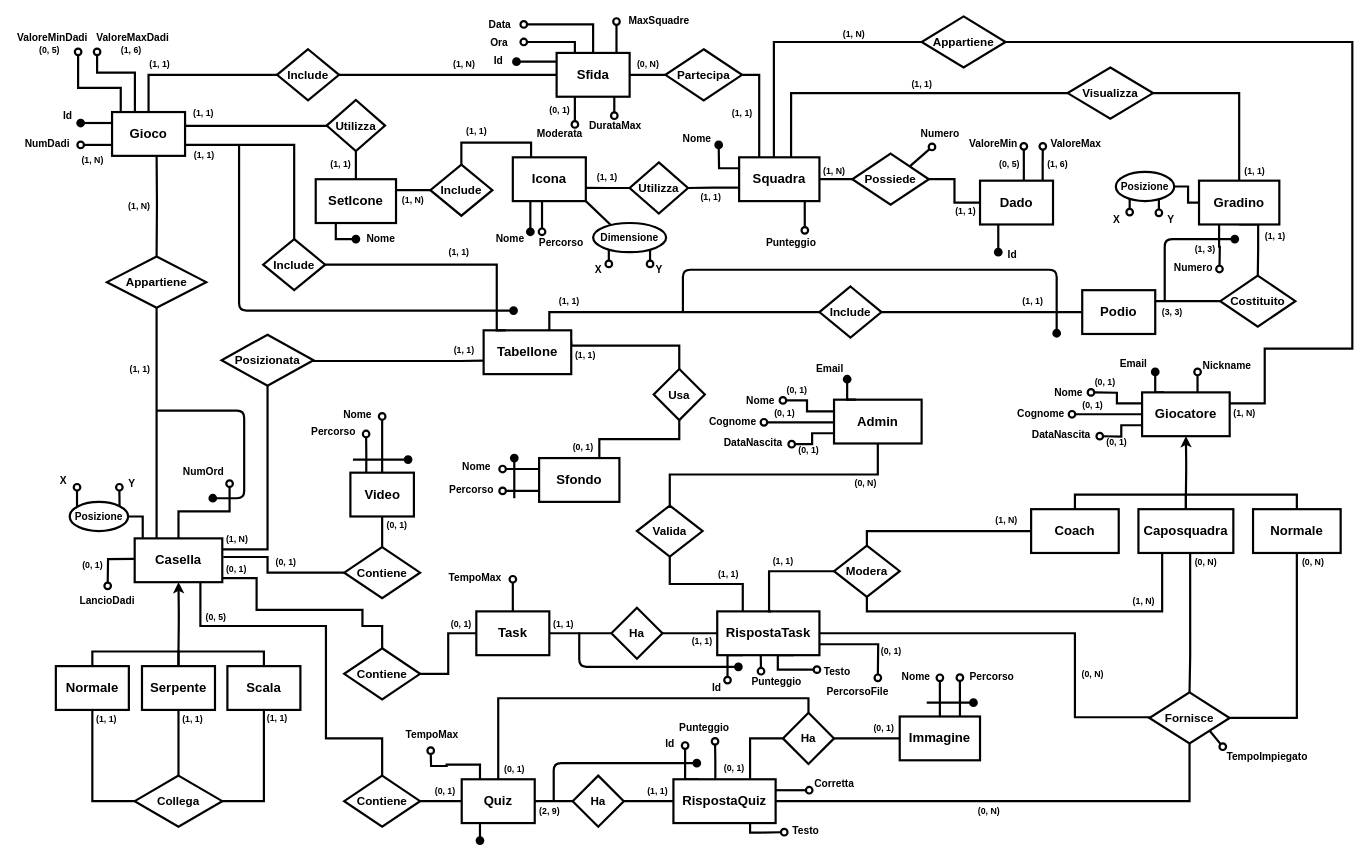
Above: Progetto concettuale/Schema ER.drawio in lorenzobilli/BD-project (draw.io), before the change. Source tidied: cells renumbered, new cells numbered last; positions are measured from the earlier drawing's top-left corner, leaving out a move shared by most shapes. Both pictures are drawn from the tidied source at 73%, with x=0, y=0 at pixel (12, 12).
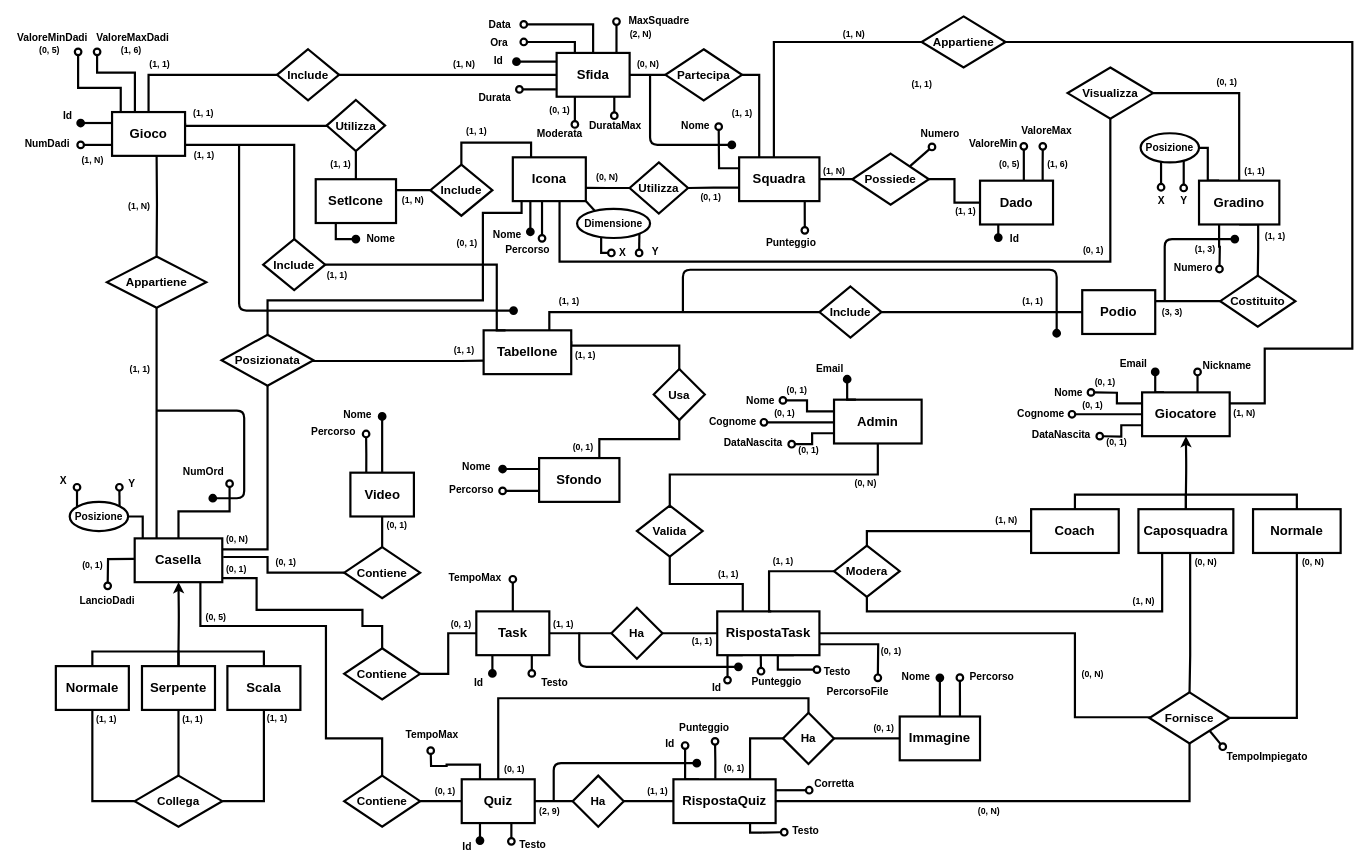
The same diagram, later.

The change refers to these unchanged cells:
```xml
<mxCell id="24" value="Squadra" style="rounded=0;whiteSpace=wrap;html=1;strokeWidth=3;fontSize=18;shadow=0;fontStyle=1;" parent="1" vertex="1">
  <mxGeometry x="995" y="198" width="110" height="60" as="geometry" />
</mxCell>
<mxCell id="42" value="Video" style="rounded=0;whiteSpace=wrap;html=1;strokeWidth=3;fontSize=18;shadow=0;fontStyle=1;" parent="1" vertex="1">
  <mxGeometry x="462.5" y="630" width="87" height="60" as="geometry" />
</mxCell>
<mxCell id="63" value="Dado" style="rounded=0;whiteSpace=wrap;html=1;strokeWidth=3;fontSize=18;shadow=0;fontStyle=1;" parent="1" vertex="1">
  <mxGeometry x="1325" y="230" width="100" height="60" as="geometry" />
</mxCell>
<mxCell id="75" value="Icona" style="rounded=0;whiteSpace=wrap;html=1;strokeWidth=3;fontSize=18;shadow=0;fontStyle=1;" parent="1" vertex="1">
  <mxGeometry x="685" y="198" width="100" height="60" as="geometry" />
</mxCell>
<mxCell id="87" value="Posizionata" style="rhombus;whiteSpace=wrap;html=1;strokeWidth=3;fontSize=16;shadow=0;fontStyle=1;" parent="1" vertex="1">
  <mxGeometry x="286" y="441" width="126" height="70" as="geometry" />
</mxCell>
<mxCell id="90" value="Sfondo" style="rounded=0;whiteSpace=wrap;html=1;strokeWidth=3;fontSize=18;shadow=0;fontStyle=1;" parent="1" vertex="1">
  <mxGeometry x="721" y="610" width="110" height="60" as="geometry" />
</mxCell>
<mxCell id="98" value="Visualizza" style="rhombus;whiteSpace=wrap;html=1;strokeWidth=3;fontSize=16;shadow=0;fontStyle=1;" parent="1" vertex="1">
  <mxGeometry x="1445" y="75" width="117" height="70" as="geometry" />
</mxCell>
<mxCell id="102" value="Gradino" style="rounded=0;whiteSpace=wrap;html=1;strokeWidth=3;fontSize=18;shadow=0;fontStyle=1;" parent="1" vertex="1">
  <mxGeometry x="1625" y="230" width="110" height="60" as="geometry" />
</mxCell>
<mxCell id="132" value="Immagine" style="rounded=0;whiteSpace=wrap;html=1;strokeWidth=3;fontSize=18;shadow=0;fontStyle=1;" parent="1" vertex="1">
  <mxGeometry x="1215" y="964" width="110" height="60" as="geometry" />
</mxCell>
<mxCell id="255" value="&lt;font style=&quot;font-size: 12px&quot;&gt;&lt;b&gt;(0, N)&lt;/b&gt;&lt;/font&gt;" style="text;html=1;align=center;verticalAlign=middle;points=[];strokeColor=none;fillColor=none;fontSize=14;" parent="1" vertex="1">
  <mxGeometry x="850" y="59" width="40" height="22" as="geometry" />
</mxCell>
```

Change to the diagram source:
```diff
@@
-    <mxCell id="23" style="edgeStyle=orthogonalEdgeStyle;rounded=0;jettySize=auto;html=1;exitX=0;exitY=0.25;exitDx=0;exitDy=0;startArrow=none;startFill=0;endArrow=oval;endFill=1;strokeWidth=3;endSize=9;" parent="1" edge="1" source="24">
+    <mxCell id="23" style="edgeStyle=orthogonalEdgeStyle;rounded=0;jettySize=auto;html=1;exitX=0;exitY=0.25;exitDx=0;exitDy=0;startArrow=none;startFill=0;endArrow=oval;endFill=0;strokeWidth=3;endSize=9;" parent="1" edge="1" source="24">
       <mxGeometry relative="1" as="geometry">
-        <mxPoint x="967" y="181" as="targetPoint" />
+        <mxPoint x="967" y="156" as="targetPoint" />
       </mxGeometry>
     </mxCell>
@@
-    <mxCell id="41" style="edgeStyle=orthogonalEdgeStyle;rounded=0;jettySize=auto;html=1;exitX=0.5;exitY=0;exitDx=0;exitDy=0;fontSize=14;startArrow=none;startFill=0;endArrow=oval;endFill=0;startSize=9;endSize=9;strokeWidth=3;" parent="1" edge="1" source="42">
+    <mxCell id="41" style="edgeStyle=orthogonalEdgeStyle;rounded=0;jettySize=auto;html=1;exitX=0.5;exitY=0;exitDx=0;exitDy=0;fontSize=14;startArrow=none;startFill=0;endArrow=oval;endFill=1;startSize=9;endSize=9;strokeWidth=3;" parent="1" edge="1" source="42">
       <mxGeometry relative="1" as="geometry">
         <mxPoint x="506" y="553" as="targetPoint" />
       </mxGeometry>
     </mxCell>
@@
     <mxCell id="62" style="edgeStyle=none;rounded=0;jettySize=auto;html=1;exitX=0.25;exitY=1;exitDx=0;exitDy=0;fontSize=14;startArrow=none;startFill=0;endArrow=oval;endFill=1;startSize=9;endSize=9;strokeWidth=3;" parent="1" edge="1" source="63">
       <mxGeometry relative="1" as="geometry">
-        <mxPoint x="1350" y="328" as="targetPoint" />
+        <mxPoint x="1350" y="308" as="targetPoint" />
       </mxGeometry>
     </mxCell>
@@
     <mxCell id="74" style="edgeStyle=elbowEdgeStyle;rounded=0;orthogonalLoop=1;jettySize=auto;elbow=vertical;html=1;fontSize=16;startArrow=none;startFill=0;endArrow=oval;endFill=0;strokeWidth=3;shadow=0;endSize=9;fontStyle=1;" parent="1" edge="1">
       <mxGeometry relative="1" as="geometry">
         <mxPoint x="725" y="257" as="sourcePoint" />
-        <mxPoint x="725" y="300" as="targetPoint" />
+        <mxPoint x="725" y="309" as="targetPoint" />
         <Array as="points">
           <mxPoint x="725" y="266" />
         </Array>
       </mxGeometry>
     </mxCell>
@@
+    <mxCell id="302" style="edgeStyle=orthogonalEdgeStyle;rounded=0;jettySize=auto;html=1;exitX=0.5;exitY=0;exitDx=0;exitDy=0;entryX=0.12;entryY=0.983;entryDx=0;entryDy=0;strokeWidth=3;endArrow=none;endFill=0;entryPerimeter=0;" parent="1" edge="1" source="87" target="75">
+      <mxGeometry relative="1" as="geometry">
+        <Array as="points">
+          <mxPoint x="349" y="394" />
+          <mxPoint x="644" y="394" />
+          <mxPoint x="644" y="274" />
+          <mxPoint x="697" y="274" />
+        </Array>
+      </mxGeometry>
+    </mxCell>
@@
-    <mxCell id="88" style="edgeStyle=orthogonalEdgeStyle;rounded=0;jettySize=auto;html=1;exitX=0;exitY=0.25;exitDx=0;exitDy=0;fontSize=10;endArrow=oval;endFill=0;strokeWidth=3;shadow=0;jumpSize=6;endSize=9;fontStyle=1;" parent="1" edge="1" source="90">
+    <mxCell id="88" style="edgeStyle=orthogonalEdgeStyle;rounded=0;jettySize=auto;html=1;exitX=0;exitY=0.25;exitDx=0;exitDy=0;fontSize=10;endArrow=oval;endFill=1;strokeWidth=3;shadow=0;jumpSize=6;endSize=9;fontStyle=1;" parent="1" edge="1" source="90">
       <mxGeometry relative="1" as="geometry">
         <mxPoint x="671" y="625" as="targetPoint" />
       </mxGeometry>
     </mxCell>
@@
-    <mxCell id="97" style="edgeStyle=orthogonalEdgeStyle;rounded=0;jettySize=auto;html=1;exitX=0;exitY=0.5;exitDx=0;exitDy=0;entryX=0.647;entryY=0.004;entryDx=0;entryDy=0;entryPerimeter=0;startArrow=none;startFill=0;endArrow=none;endFill=0;fillColor=none;strokeWidth=3;shadow=0;fontStyle=1;" parent="1" edge="1" source="98" target="24">
-      <mxGeometry relative="1" as="geometry" />
-    </mxCell>
+    <mxCell id="303" style="edgeStyle=orthogonalEdgeStyle;rounded=0;jettySize=auto;html=1;exitX=0.5;exitY=1;exitDx=0;exitDy=0;entryX=0.64;entryY=1;entryDx=0;entryDy=0;entryPerimeter=0;endArrow=none;endFill=0;strokeWidth=3;" parent="1" edge="1" source="98" target="75">
+      <mxGeometry relative="1" as="geometry">
+        <Array as="points">
+          <mxPoint x="1504" y="341" />
+          <mxPoint x="749" y="341" />
+        </Array>
+      </mxGeometry>
+    </mxCell>
@@
-    <mxCell id="100" style="edgeStyle=orthogonalEdgeStyle;rounded=0;jettySize=auto;html=1;exitX=0;exitY=0.5;exitDx=0;exitDy=0;entryX=1;entryY=0.5;entryDx=0;entryDy=0;fontSize=10;endArrow=none;endFill=0;strokeWidth=3;shadow=0;fontStyle=1;" parent="1" edge="1" source="102" target="160">
+    <mxCell id="100" style="edgeStyle=orthogonalEdgeStyle;rounded=0;jettySize=auto;html=1;exitX=0.25;exitY=0;exitDx=0;exitDy=0;entryX=1;entryY=0.5;entryDx=0;entryDy=0;fontSize=10;endArrow=none;endFill=0;strokeWidth=3;shadow=0;fontStyle=1;" parent="1" edge="1" source="102" target="160">
       <mxGeometry relative="1" as="geometry">
         <Array as="points">
-          <mxPoint x="1610" y="260" />
-          <mxPoint x="1610" y="238" />
+          <mxPoint x="1637" y="230" />
+          <mxPoint x="1637" y="185" />
         </Array>
       </mxGeometry>
     </mxCell>
@@
-    <mxCell id="130" style="edgeStyle=orthogonalEdgeStyle;rounded=0;jettySize=auto;html=1;exitX=0.5;exitY=0;exitDx=0;exitDy=0;fontSize=14;startArrow=none;startFill=0;endArrow=oval;endFill=0;startSize=9;endSize=9;strokeWidth=3;" parent="1" edge="1" source="132">
+    <mxCell id="130" style="edgeStyle=orthogonalEdgeStyle;rounded=0;jettySize=auto;html=1;exitX=0.5;exitY=0;exitDx=0;exitDy=0;fontSize=14;startArrow=none;startFill=0;endArrow=oval;endFill=1;startSize=9;endSize=9;strokeWidth=3;" parent="1" edge="1" source="132">
       <mxGeometry relative="1" as="geometry">
         <mxPoint x="1270" y="911" as="targetPoint" />
       </mxGeometry>
     </mxCell>
@@
-    <mxCell id="135" style="edgeStyle=orthogonalEdgeStyle;rounded=0;jettySize=auto;html=1;exitX=0;exitY=1;exitDx=0;exitDy=0;fontSize=8;endArrow=oval;endFill=0;strokeWidth=3;shadow=0;endSize=9;fontStyle=1;entryX=1.225;entryY=0.143;entryDx=0;entryDy=0;entryPerimeter=0;" parent="1" edge="1" source="137" target="138">
-      <mxGeometry relative="1" as="geometry" />
+    <mxCell id="135" style="edgeStyle=orthogonalEdgeStyle;rounded=0;jettySize=auto;html=1;exitX=0;exitY=1;exitDx=0;exitDy=0;fontSize=8;endArrow=oval;endFill=0;strokeWidth=3;shadow=0;endSize=9;fontStyle=1;" parent="1" edge="1" source="137">
+      <mxGeometry relative="1" as="geometry">
+        <mxPoint x="820" y="329" as="targetPoint" />
+        <Array as="points">
+          <mxPoint x="806" y="303" />
+          <mxPoint x="806" y="329" />
+        </Array>
+      </mxGeometry>
     </mxCell>
     <mxCell id="136" style="edgeStyle=orthogonalEdgeStyle;rounded=0;jettySize=auto;html=1;exitX=1;exitY=1;exitDx=0;exitDy=0;fontSize=10;endArrow=oval;endFill=0;strokeWidth=3;shadow=0;endSize=9;fontStyle=1;" parent="1" edge="1" source="137">
       <mxGeometry relative="1" as="geometry">
-        <mxPoint x="873" y="344" as="targetPoint" />
+        <mxPoint x="858" y="329" as="targetPoint" />
       </mxGeometry>
     </mxCell>
     <mxCell id="137" value="Dimensione" style="ellipse;whiteSpace=wrap;html=1;fontSize=14;strokeWidth=3;shadow=0;fontStyle=1;" parent="1" vertex="1">
-      <mxGeometry x="795" y="288" width="100" height="40" as="geometry" />
+      <mxGeometry x="773" y="268.5" width="100" height="40" as="geometry" />
     </mxCell>
     <mxCell id="138" value="X" style="text;html=1;align=center;verticalAlign=middle;points=[];strokeColor=none;fontSize=14;strokeWidth=3;shadow=0;fontStyle=1;" parent="1" vertex="1">
-      <mxGeometry x="792" y="341" width="20" height="21" as="geometry" />
+      <mxGeometry x="825" y="317" width="20" height="21" as="geometry" />
     </mxCell>
     <mxCell id="139" value="Y" style="text;html=1;align=center;verticalAlign=middle;strokeColor=none;fontSize=14;strokeWidth=3;shadow=0;fontStyle=1;" parent="1" vertex="1">
-      <mxGeometry x="875" y="341" width="20" height="21" as="geometry" />
+      <mxGeometry x="870" y="316.5" width="20" height="21" as="geometry" />
     </mxCell>
@@
     <mxCell id="152" value="ValoreMax" style="text;html=1;align=center;verticalAlign=middle;strokeColor=none;fontSize=14;strokeWidth=3;shadow=0;fontStyle=1;" parent="1" vertex="1">
-      <mxGeometry x="1416" y="168.5" width="80" height="21" as="geometry" />
+      <mxGeometry x="1376" y="151" width="80" height="21" as="geometry" />
     </mxCell>
@@
-    <mxCell id="158" style="edgeStyle=orthogonalEdgeStyle;rounded=0;jettySize=auto;html=1;exitX=0;exitY=1;exitDx=0;exitDy=0;fontSize=8;endArrow=oval;endFill=0;strokeWidth=3;shadow=0;endSize=9;fontStyle=1;" parent="1" edge="1" source="160">
+    <mxCell id="158" style="edgeStyle=orthogonalEdgeStyle;rounded=0;jettySize=auto;html=1;exitX=0.325;exitY=0.963;exitDx=0;exitDy=0;fontSize=8;endArrow=oval;endFill=0;strokeWidth=3;shadow=0;endSize=9;fontStyle=1;exitPerimeter=0;" parent="1" edge="1" source="160">
       <mxGeometry relative="1" as="geometry">
-        <mxPoint x="1530" y="273" as="targetPoint" />
+        <mxPoint x="1573" y="239" as="targetPoint" />
       </mxGeometry>
     </mxCell>
     <mxCell id="159" style="edgeStyle=orthogonalEdgeStyle;rounded=0;jettySize=auto;html=1;exitX=0.738;exitY=0.946;exitDx=0;exitDy=0;fontSize=14;startArrow=none;startFill=0;endArrow=oval;endFill=0;startSize=9;endSize=9;strokeWidth=3;exitPerimeter=0;" parent="1" edge="1" source="160">
       <mxGeometry relative="1" as="geometry">
-        <mxPoint x="1570" y="274" as="targetPoint" />
+        <mxPoint x="1604" y="240" as="targetPoint" />
       </mxGeometry>
     </mxCell>
     <mxCell id="160" value="Posizione" style="ellipse;whiteSpace=wrap;html=1;fontSize=14;strokeWidth=3;shadow=0;fontStyle=1;" parent="1" vertex="1">
-      <mxGeometry x="1511" y="218" width="80" height="40" as="geometry" />
+      <mxGeometry x="1545" y="165" width="80" height="40" as="geometry" />
     </mxCell>
     <mxCell id="161" value="X" style="text;html=1;align=center;verticalAlign=middle;strokeColor=none;fontSize=14;strokeWidth=3;shadow=0;fontStyle=1;" parent="1" vertex="1">
-      <mxGeometry x="1502" y="272" width="20" height="21" as="geometry" />
+      <mxGeometry x="1563" y="246.5" width="20" height="21" as="geometry" />
     </mxCell>
     <mxCell id="162" value="Y" style="text;html=1;align=center;verticalAlign=middle;strokeColor=none;fontSize=14;strokeWidth=3;shadow=0;fontStyle=1;" parent="1" vertex="1">
-      <mxGeometry x="1576" y="272" width="20" height="21" as="geometry" />
+      <mxGeometry x="1594" y="247.5" width="20" height="21" as="geometry" />
     </mxCell>
@@
-    <mxCell id="165" style="endArrow=oval;html=1;fontSize=10;endFill=1;strokeWidth=3;shadow=0;endSize=9;fontStyle=1;" parent="1" edge="1">
-      <mxGeometry relative="1" as="geometry">
-        <mxPoint x="687" y="665" as="sourcePoint" />
-        <mxPoint x="687" y="610" as="targetPoint" />
-      </mxGeometry>
-    </mxCell>
     <mxCell id="166" value="Nome" style="text;html=1;align=center;verticalAlign=middle;strokeColor=none;fontSize=14;strokeWidth=3;shadow=0;fontStyle=1;" parent="1" vertex="1">
-      <mxGeometry x="656" y="299" width="49" height="21" as="geometry" />
+      <mxGeometry x="652" y="293" width="49" height="21" as="geometry" />
     </mxCell>
     <mxCell id="167" value="Percorso" style="text;html=1;align=center;verticalAlign=middle;strokeColor=none;fontSize=14;strokeWidth=3;shadow=0;fontStyle=1;" parent="1" vertex="1">
-      <mxGeometry x="715" y="304" width="71" height="21" as="geometry" />
+      <mxGeometry x="669.5" y="313" width="71" height="21" as="geometry" />
     </mxCell>
@@
     <mxCell id="174" value="&lt;span style=&quot;font-size: 14px;&quot;&gt;Nome&lt;/span&gt;" style="text;html=1;align=center;verticalAlign=middle;strokeColor=none;fillColor=none;fontSize=14;fontStyle=1;" parent="1" vertex="1">
-      <mxGeometry x="912" y="162" width="49" height="21" as="geometry" />
+      <mxGeometry x="910" y="144" width="49" height="21" as="geometry" />
     </mxCell>
@@
-    <mxCell id="183" style="endArrow=oval;html=1;fontSize=14;startSize=9;endSize=9;strokeWidth=3;endFill=1;" parent="1" edge="1">
-      <mxGeometry relative="1" as="geometry">
-        <mxPoint x="466" y="612" as="sourcePoint" />
-        <mxPoint x="541.5" y="612" as="targetPoint" />
-      </mxGeometry>
-    </mxCell>
-    <mxCell id="184" style="endArrow=oval;html=1;fontSize=14;startSize=9;endSize=9;strokeWidth=3;endFill=1;" parent="1" edge="1">
-      <mxGeometry relative="1" as="geometry">
-        <mxPoint x="1252" y="945" as="sourcePoint" />
-        <mxPoint x="1316" y="945" as="targetPoint" />
-      </mxGeometry>
-    </mxCell>
@@
     <mxCell id="198" value="&lt;b&gt;Id&lt;/b&gt;" style="text;html=1;align=center;verticalAlign=middle;strokeColor=none;fillColor=none;fontSize=14;" parent="1" vertex="1">
-      <mxGeometry x="1357" y="320" width="23" height="21" as="geometry" />
+      <mxGeometry x="1360" y="299" width="23" height="21" as="geometry" />
     </mxCell>
@@
     <mxCell id="212" value="&lt;font style=&quot;font-size: 12px&quot;&gt;&lt;b&gt;(1, 1)&lt;/b&gt;&lt;/font&gt;" style="text;html=1;align=center;verticalAlign=middle;strokeColor=none;fillColor=none;fontSize=14;" parent="1" vertex="1">
-      <mxGeometry x="592" y="316" width="38" height="22" as="geometry" />
+      <mxGeometry x="424.5" y="348" width="38" height="22" as="geometry" />
     </mxCell>
-    <mxCell id="213" value="&lt;font style=&quot;font-size: 12px&quot;&gt;&lt;b&gt;(1, N)&lt;/b&gt;&lt;/font&gt;" style="text;html=1;align=center;verticalAlign=middle;strokeColor=none;fillColor=none;fontSize=14;" parent="1" vertex="1">
+    <mxCell id="213" value="&lt;font style=&quot;font-size: 12px&quot;&gt;&lt;b&gt;(0, N)&lt;/b&gt;&lt;/font&gt;" style="text;html=1;align=center;verticalAlign=middle;strokeColor=none;fillColor=none;fontSize=14;" parent="1" vertex="1">
       <mxGeometry x="287" y="710" width="40" height="22" as="geometry" />
     </mxCell>
@@
-    <mxCell id="258" value="&lt;font style=&quot;font-size: 12px&quot;&gt;&lt;b&gt;(1, 1)&lt;/b&gt;&lt;/font&gt;" style="text;html=1;align=center;verticalAlign=middle;strokeColor=none;fillColor=none;fontSize=14;" parent="1" vertex="1">
-      <mxGeometry x="795" y="214" width="38" height="22" as="geometry" />
+    <mxCell id="258" value="&lt;font style=&quot;font-size: 12px&quot;&gt;&lt;b&gt;(0, N)&lt;/b&gt;&lt;/font&gt;" style="text;html=1;align=center;verticalAlign=middle;strokeColor=none;fillColor=none;fontSize=14;" parent="1" vertex="1">
+      <mxGeometry x="794" y="214" width="40" height="22" as="geometry" />
     </mxCell>
-    <mxCell id="259" value="&lt;font style=&quot;font-size: 12px&quot;&gt;&lt;b&gt;(1, 1)&lt;/b&gt;&lt;/font&gt;" style="text;html=1;align=center;verticalAlign=middle;strokeColor=none;fillColor=none;fontSize=14;" parent="1" vertex="1">
+    <mxCell id="259" value="&lt;font style=&quot;font-size: 12px&quot;&gt;&lt;b&gt;(0, 1)&lt;/b&gt;&lt;/font&gt;" style="text;html=1;align=center;verticalAlign=middle;strokeColor=none;fillColor=none;fontSize=14;" parent="1" vertex="1">
       <mxGeometry x="937" y="241" width="38" height="22" as="geometry" />
     </mxCell>
@@
+    <mxCell id="304" value="&lt;font style=&quot;font-size: 12px&quot;&gt;&lt;b&gt;(2, N)&lt;/b&gt;&lt;/font&gt;" style="text;html=1;align=center;verticalAlign=middle;strokeColor=none;fillColor=none;fontSize=14;" parent="1" vertex="1">
+      <mxGeometry x="840" y="17" width="40" height="22" as="geometry" />
+    </mxCell>
+    <mxCell id="305" style="edgeStyle=orthogonalEdgeStyle;rounded=0;orthogonalLoop=1;jettySize=auto;html=1;exitX=0;exitY=0.25;exitDx=0;exitDy=0;fontSize=10;endArrow=oval;endFill=0;strokeWidth=3;shadow=0;jumpSize=6;endSize=9;fontStyle=1;" parent="1" edge="1">
+      <mxGeometry relative="1" as="geometry">
+        <mxPoint x="744" y="105" as="sourcePoint" />
+        <mxPoint x="694" y="105" as="targetPoint" />
+      </mxGeometry>
+    </mxCell>
+    <mxCell id="306" value="Durata" style="text;html=1;align=center;verticalAlign=middle;strokeColor=none;fontSize=14;strokeWidth=3;shadow=0;fontStyle=1;" parent="1" vertex="1">
+      <mxGeometry x="632.5" y="105" width="55" height="21" as="geometry" />
+    </mxCell>
+    <mxCell id="307" value="&lt;font style=&quot;font-size: 12px&quot;&gt;&lt;b&gt;(0, 1)&lt;/b&gt;&lt;/font&gt;" style="text;html=1;align=center;verticalAlign=middle;strokeColor=none;fillColor=none;fontSize=14;" parent="1" vertex="1">
+      <mxGeometry x="1461" y="313" width="38" height="22" as="geometry" />
+    </mxCell>
+    <mxCell id="308" value="&lt;font style=&quot;font-size: 12px&quot;&gt;&lt;b&gt;(0, 1)&lt;/b&gt;&lt;/font&gt;" style="text;html=1;align=center;verticalAlign=middle;strokeColor=none;fillColor=none;fontSize=14;" parent="1" vertex="1">
+      <mxGeometry x="1644" y="83" width="38" height="22" as="geometry" />
+    </mxCell>
+    <mxCell id="309" style="endArrow=oval;html=1;fontSize=14;startSize=9;endSize=9;strokeWidth=3;edgeStyle=orthogonalEdgeStyle;endFill=1;exitX=0.575;exitY=1.205;exitDx=0;exitDy=0;exitPerimeter=0;" parent="1" edge="1" source="255">
+      <mxGeometry relative="1" as="geometry">
+        <mxPoint x="985" y="181" as="targetPoint" />
+        <Array as="points">
+          <mxPoint x="873" y="181" />
+        </Array>
+      </mxGeometry>
+    </mxCell>
+    <mxCell id="310" style="edgeStyle=orthogonalEdgeStyle;rounded=0;orthogonalLoop=1;jettySize=auto;html=1;exitX=0.25;exitY=1;exitDx=0;exitDy=0;endArrow=oval;endFill=1;strokeWidth=3;endSize=9;" parent="1" edge="1">
+      <mxGeometry relative="1" as="geometry">
+        <mxPoint x="657" y="881" as="sourcePoint" />
+        <mxPoint x="657" y="905" as="targetPoint" />
+      </mxGeometry>
+    </mxCell>
+    <mxCell id="311" style="edgeStyle=orthogonalEdgeStyle;rounded=0;orthogonalLoop=1;jettySize=auto;html=1;exitX=0.25;exitY=1;exitDx=0;exitDy=0;endArrow=oval;endFill=0;strokeWidth=3;endSize=9;" parent="1" edge="1">
+      <mxGeometry relative="1" as="geometry">
+        <mxPoint x="711" y="881" as="sourcePoint" />
+        <mxPoint x="711" y="905" as="targetPoint" />
+      </mxGeometry>
+    </mxCell>
+    <mxCell id="312" style="edgeStyle=orthogonalEdgeStyle;rounded=0;orthogonalLoop=1;jettySize=auto;html=1;exitX=0.25;exitY=1;exitDx=0;exitDy=0;endArrow=oval;endFill=0;strokeWidth=3;endSize=9;" parent="1" edge="1">
+      <mxGeometry relative="1" as="geometry">
+        <mxPoint x="683" y="1111" as="sourcePoint" />
+        <mxPoint x="683" y="1135" as="targetPoint" />
+      </mxGeometry>
+    </mxCell>
+    <mxCell id="313" value="Id" style="text;html=1;align=center;verticalAlign=middle;strokeColor=none;fontSize=14;strokeWidth=3;shadow=0;fontStyle=1;" parent="1" vertex="1">
+      <mxGeometry x="626" y="907" width="23" height="21" as="geometry" />
+    </mxCell>
+    <mxCell id="314" value="Id" style="text;html=1;align=center;verticalAlign=middle;strokeColor=none;fontSize=14;strokeWidth=3;shadow=0;fontStyle=1;" parent="1" vertex="1">
+      <mxGeometry x="610" y="1131" width="23" height="21" as="geometry" />
+    </mxCell>
+    <mxCell id="315" value="&lt;b&gt;Testo&lt;/b&gt;" style="text;html=1;align=center;verticalAlign=middle;strokeColor=none;fillColor=none;fontSize=14;" parent="1" vertex="1">
+      <mxGeometry x="688" y="1129" width="47" height="21" as="geometry" />
+    </mxCell>
+    <mxCell id="316" value="&lt;b&gt;Testo&lt;/b&gt;" style="text;html=1;align=center;verticalAlign=middle;strokeColor=none;fillColor=none;fontSize=14;" parent="1" vertex="1">
+      <mxGeometry x="718" y="907" width="47" height="21" as="geometry" />
+    </mxCell>
+    <mxCell id="317" value="&lt;font style=&quot;font-size: 12px&quot;&gt;&lt;b&gt;(0, 1)&lt;/b&gt;&lt;/font&gt;" style="text;html=1;align=center;verticalAlign=middle;strokeColor=none;fillColor=none;fontSize=14;" parent="1" vertex="1">
+      <mxGeometry x="602.5" y="304" width="38" height="22" as="geometry" />
+    </mxCell>
```
